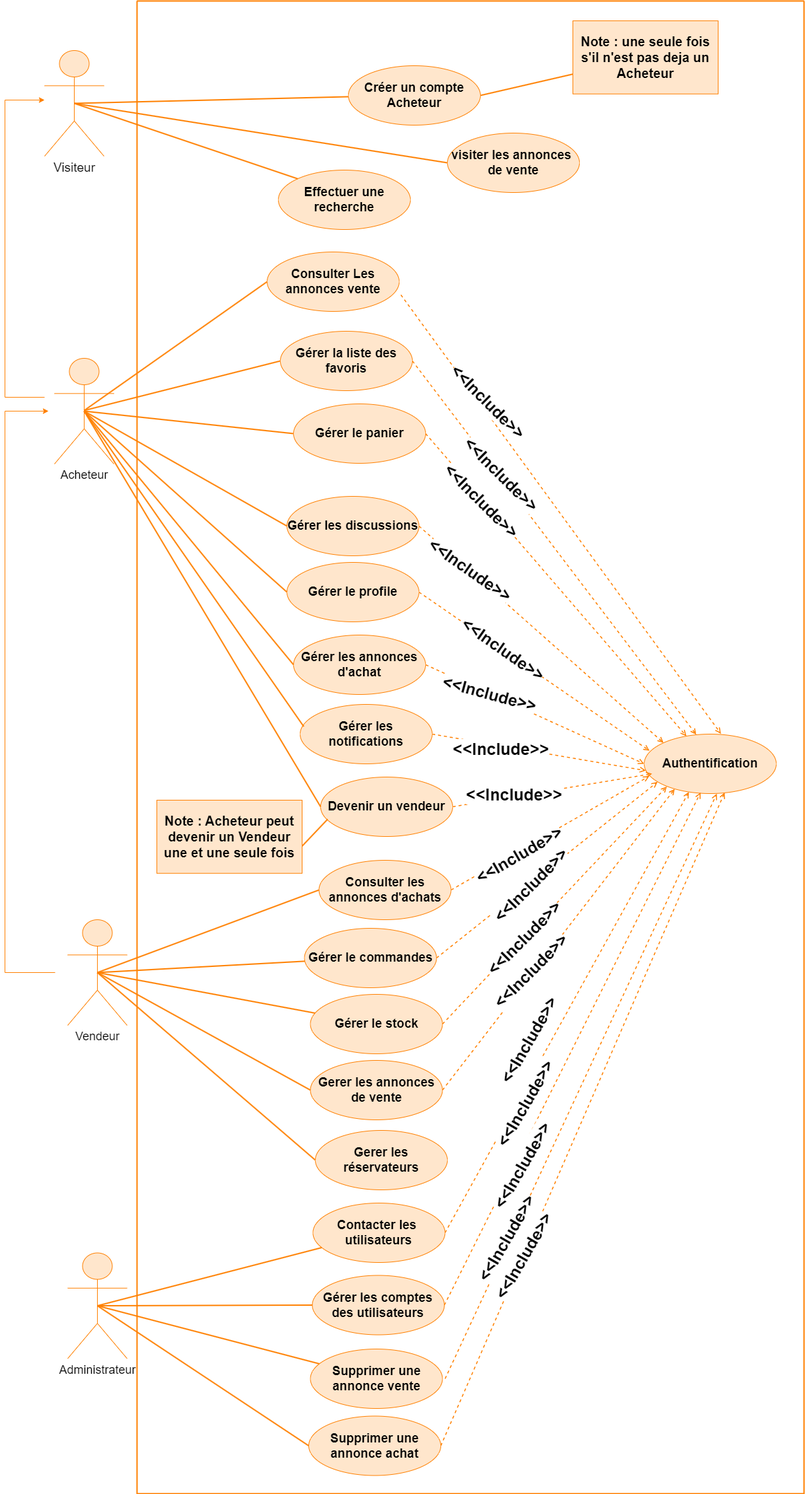
This is images/diagramme de cas g 1.png from alizhassane/pfe, a draw.io export, as it was before one commit. Source tidied: cells renumbered, new cells last; positions are measured from the earlier drawing's top-left corner, leaving out a move shared by most shapes.
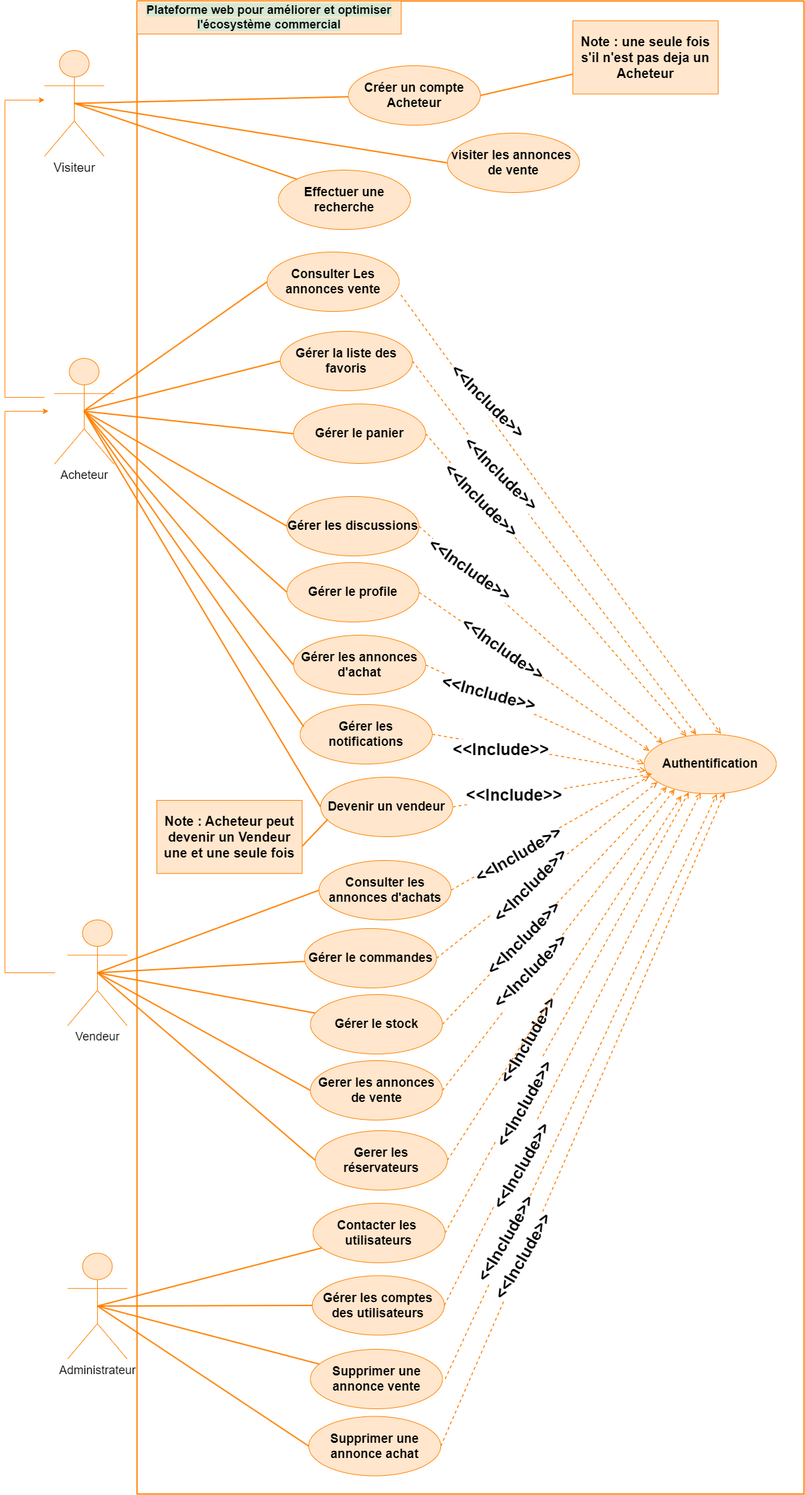
The same diagram one commit later.

Change to the diagram source:
```diff
@@ -311,8 +311,17 @@
         <mxPoint x="-11" y="29" as="offset" />
       </mxGeometry>
     </mxCell>
-    <mxCell id="86" style="rounded=0;jettySize=auto;html=1;entryX=0.5;entryY=0.5;entryDx=0;entryDy=0;entryPerimeter=0;endArrow=none;endFill=0;exitX=0;exitY=0.5;exitDx=0;exitDy=0;strokeColor=#FF8000;align=center;verticalAlign=middle;fontFamily=Helvetica;fontSize=12;fontColor=default;fillColor=#FFE6CC;strokeWidth=2;" parent="1" edge="1" source="74" target="17">
-      <mxGeometry relative="1" as="geometry" />
+    <mxCell id="86" value="&lt;div style=&quot;font-size: 16px;&quot;&gt;&lt;br&gt;&lt;/div&gt;" style="text;html=1;align=center;verticalAlign=middle;strokeColor=none;fillColor=none;fontFamily=Helvetica;fontSize=12;fontColor=default;fontStyle=1;labelBackgroundColor=default;" parent="72" vertex="1">
+      <mxGeometry x="160" y="10" width="20" height="30" as="geometry" />
     </mxCell>
+    <mxCell id="87" value="&lt;div style=&quot;text-wrap: nowrap; font-size: 18px;&quot;&gt;&lt;font style=&quot;background-color: rgb(213, 232, 212); font-size: 18px;&quot;&gt;Plateforme web pour améliorer et optimiser&lt;/font&gt;&lt;/div&gt;&lt;div style=&quot;text-wrap: nowrap; font-size: 18px;&quot;&gt;&lt;font style=&quot;background-color: rgb(213, 232, 212); font-size: 18px;&quot;&gt;l'écosystème commercial&lt;/font&gt;&lt;/div&gt;" style="html=1;whiteSpace=wrap;fontSize=12;fontStyle=1;strokeColor=#FF8000;align=center;verticalAlign=middle;fontFamily=Helvetica;fontColor=default;fillColor=#FFE6CC;" parent="72" vertex="1">
+      <mxGeometry width="400" height="50" as="geometry" />
+    </mxCell>
+    <mxCell id="88" style="rounded=0;jettySize=auto;html=1;entryX=0.5;entryY=0.5;entryDx=0;entryDy=0;entryPerimeter=0;endArrow=none;endFill=0;exitX=0;exitY=0.5;exitDx=0;exitDy=0;strokeColor=#FF8000;align=center;verticalAlign=middle;fontFamily=Helvetica;fontSize=12;fontColor=default;fillColor=#FFE6CC;strokeWidth=2;" parent="1" edge="1" source="74" target="17">
+      <mxGeometry relative="1" as="geometry" />
+    </mxCell>
+    <mxCell id="89" style="rounded=0;jettySize=auto;html=1;dashed=1;endArrow=open;endFill=0;strokeWidth=1.5;exitX=1;exitY=0.5;exitDx=0;exitDy=0;strokeColor=#FF8000;align=center;verticalAlign=middle;fontFamily=Helvetica;fontSize=12;fontColor=default;fillColor=#FFE6CC;entryX=0.282;entryY=1.032;entryDx=0;entryDy=0;entryPerimeter=0;" parent="1" edge="1" source="74" target="22">
+      <mxGeometry relative="1" as="geometry" />
+    </mxCell>
   </root>
 </mxGraphModel>
```
